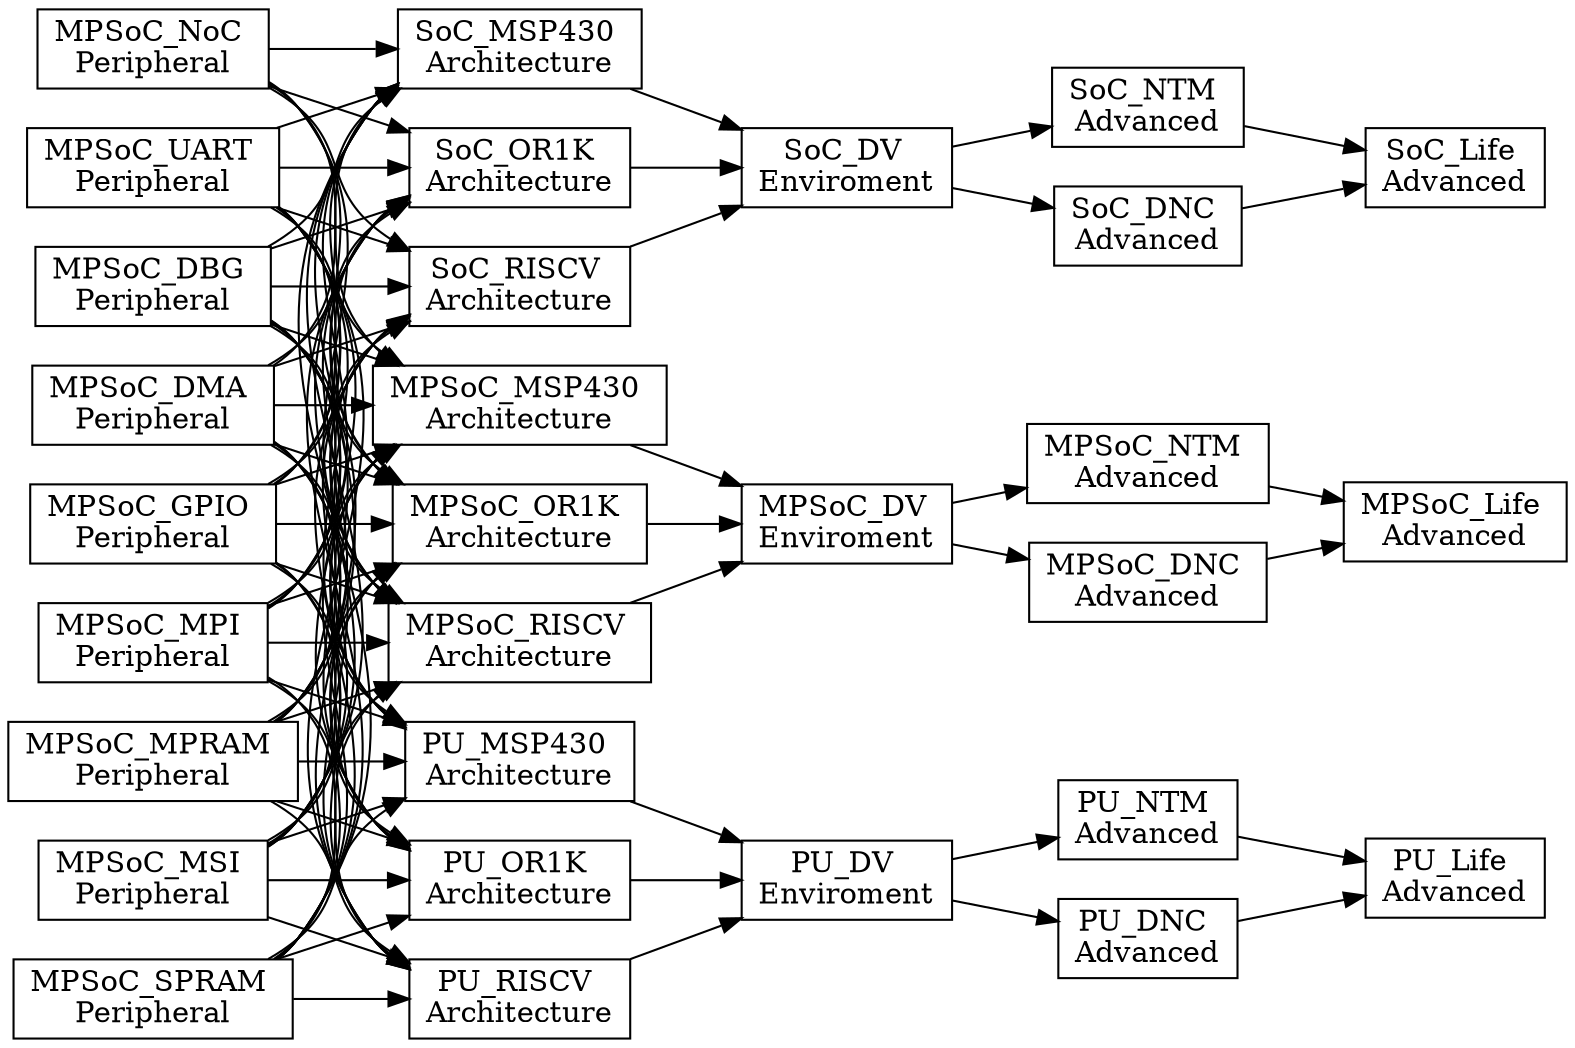
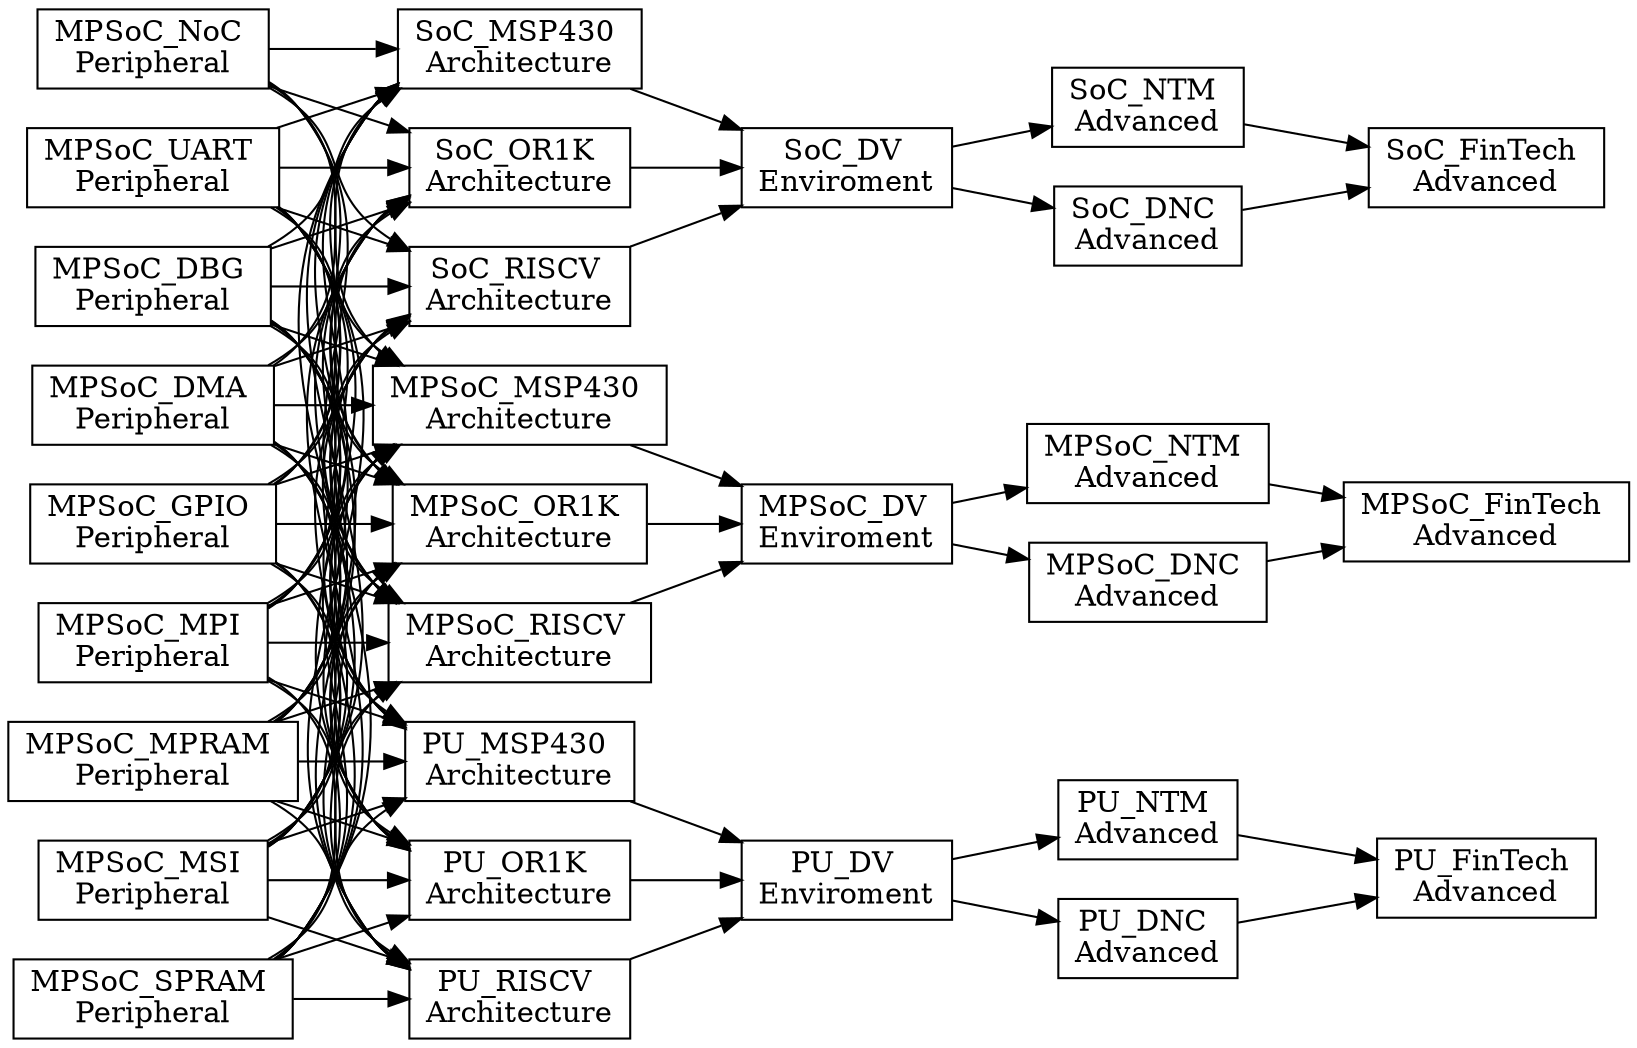
digraph Project {
  // Introduction
  graph [rankdir = LR];
  node[shape=record];

  // Peripheral Blocks
  MPSoC_DBG[label="MPSoC_DBG \nPeripheral"];
  MPSoC_DMA[label="MPSoC_DMA \nPeripheral"];
  MPSoC_GPIO[label="MPSoC_GPIO \nPeripheral"];
  MPSoC_MPI[label="MPSoC_MPI \nPeripheral"];
  MPSoC_MPRAM[label="MPSoC_MPRAM \nPeripheral"];
  MPSoC_MSI[label="MPSoC_MSI \nPeripheral"];
  MPSoC_NoC[label="MPSoC_NoC \nPeripheral"];
  MPSoC_SPRAM[label="MPSoC_SPRAM \nPeripheral"];
  MPSoC_UART[label="MPSoC_UART \nPeripheral"];

  // Architecture Blocks
  MPSoC_MSP430[label="MPSoC_MSP430 \nArchitecture"];
  MPSoC_OR1K[label="MPSoC_OR1K \nArchitecture"];
  MPSoC_RISCV[label="MPSoC_RISCV \nArchitecture"];
  SoC_MSP430[label="SoC_MSP430 \nArchitecture"];
  SoC_OR1K[label="SoC_OR1K \nArchitecture"];
  SoC_RISCV[label="SoC_RISCV \nArchitecture"];
  PU_MSP430[label="PU_MSP430 \nArchitecture"];
  PU_OR1K[label="PU_OR1K \nArchitecture"];
  PU_RISCV[label="PU_RISCV \nArchitecture"];

  // Enviroment Blocks
  MPSoC_DV[label="MPSoC_DV \nEnviroment"];
  SoC_DV[label="SoC_DV \nEnviroment"];
  PU_DV[label="PU_DV \nEnviroment"];

  // Advanced A Blocks
  MPSoC_NTM[label="MPSoC_NTM \nAdvanced"];
  SoC_NTM[label="SoC_NTM \nAdvanced"];
  PU_NTM[label="PU_NTM \nAdvanced"];

  MPSoC_DNC[label="MPSoC_DNC \nAdvanced"];
  SoC_DNC[label="SoC_DNC \nAdvanced"];
  PU_DNC[label="PU_DNC \nAdvanced"];

  // Advanced B Blocks
-   MPSoC_Life[label="MPSoC_Life \nAdvanced"];
-   SoC_Life[label="SoC_Life \nAdvanced"];
-   PU_Life[label="PU_Life \nAdvanced"];
+   MPSoC_FinTech[label="MPSoC_FinTech \nAdvanced"];
+   SoC_FinTech[label="SoC_FinTech \nAdvanced"];
+   PU_FinTech[label="PU_FinTech \nAdvanced"];

  // Peripheral -> Architecture
  MPSoC_DBG -> MPSoC_MSP430;
  MPSoC_DMA -> MPSoC_MSP430;
  MPSoC_GPIO -> MPSoC_MSP430;
  MPSoC_MPI -> MPSoC_MSP430;
  MPSoC_MPRAM -> MPSoC_MSP430;
  MPSoC_MSI -> MPSoC_MSP430;
  MPSoC_NoC -> MPSoC_MSP430;
  MPSoC_SPRAM -> MPSoC_MSP430;
  MPSoC_UART -> MPSoC_MSP430;

  MPSoC_DBG -> SoC_MSP430;
  MPSoC_DMA -> SoC_MSP430;
  MPSoC_GPIO -> SoC_MSP430;
  MPSoC_MPI -> SoC_MSP430;
  MPSoC_MPRAM -> SoC_MSP430;
  MPSoC_MSI -> SoC_MSP430;
  MPSoC_NoC -> SoC_MSP430;
  MPSoC_SPRAM -> SoC_MSP430;
  MPSoC_UART -> SoC_MSP430;

  MPSoC_DBG -> PU_MSP430;
  MPSoC_DMA -> PU_MSP430;
  MPSoC_GPIO -> PU_MSP430;
  MPSoC_MPI -> PU_MSP430;
  MPSoC_MPRAM -> PU_MSP430;
  MPSoC_MSI -> PU_MSP430;
  MPSoC_SPRAM -> PU_MSP430;
  MPSoC_UART -> PU_MSP430;


  MPSoC_DBG -> MPSoC_OR1K;
  MPSoC_DMA -> MPSoC_OR1K;
  MPSoC_GPIO -> MPSoC_OR1K;
  MPSoC_MPI -> MPSoC_OR1K;
  MPSoC_MPRAM -> MPSoC_OR1K;
  MPSoC_MSI -> MPSoC_OR1K;
  MPSoC_NoC -> MPSoC_OR1K;
  MPSoC_SPRAM -> MPSoC_OR1K;
  MPSoC_UART -> MPSoC_OR1K;

  MPSoC_DBG -> SoC_OR1K;
  MPSoC_DMA -> SoC_OR1K;
  MPSoC_GPIO -> SoC_OR1K;
  MPSoC_MPI -> SoC_OR1K;
  MPSoC_MPRAM -> SoC_OR1K;
  MPSoC_MSI -> SoC_OR1K;
  MPSoC_NoC -> SoC_OR1K;
  MPSoC_SPRAM -> SoC_OR1K;
  MPSoC_UART -> SoC_OR1K;

  MPSoC_DBG -> PU_OR1K;
  MPSoC_DMA -> PU_OR1K;
  MPSoC_GPIO -> PU_OR1K;
  MPSoC_MPI -> PU_OR1K;
  MPSoC_MPRAM -> PU_OR1K;
  MPSoC_MSI -> PU_OR1K;
  MPSoC_SPRAM -> PU_OR1K;
  MPSoC_UART -> PU_OR1K;


  MPSoC_DBG -> MPSoC_RISCV;
  MPSoC_DMA -> MPSoC_RISCV;
  MPSoC_GPIO -> MPSoC_RISCV;
  MPSoC_MPI -> MPSoC_RISCV;
  MPSoC_MPRAM -> MPSoC_RISCV;
  MPSoC_MSI -> MPSoC_RISCV;
  MPSoC_NoC -> MPSoC_RISCV;
  MPSoC_SPRAM -> MPSoC_RISCV;
  MPSoC_UART -> MPSoC_RISCV;

  MPSoC_DBG -> SoC_RISCV;
  MPSoC_DMA -> SoC_RISCV;
  MPSoC_GPIO -> SoC_RISCV;
  MPSoC_MPI -> SoC_RISCV;
  MPSoC_MPRAM -> SoC_RISCV;
  MPSoC_MSI -> SoC_RISCV;
  MPSoC_NoC -> SoC_RISCV;
  MPSoC_SPRAM -> SoC_RISCV;
  MPSoC_UART -> SoC_RISCV;

  MPSoC_DBG -> PU_RISCV;
  MPSoC_DMA -> PU_RISCV;
  MPSoC_GPIO -> PU_RISCV;
  MPSoC_MPI -> PU_RISCV;
  MPSoC_MPRAM -> PU_RISCV;
  MPSoC_MSI -> PU_RISCV;
  MPSoC_SPRAM -> PU_RISCV;
  MPSoC_UART -> PU_RISCV;

  // Architecture -> Enviroment
  PU_MSP430 -> PU_DV;
  PU_OR1K -> PU_DV;
  PU_RISCV -> PU_DV;

  SoC_MSP430 -> SoC_DV;
  SoC_OR1K -> SoC_DV;
  SoC_RISCV -> SoC_DV;

  MPSoC_MSP430 -> MPSoC_DV;
  MPSoC_OR1K -> MPSoC_DV;
  MPSoC_RISCV -> MPSoC_DV;

  // Enviroment -> Avanced A
  PU_DV -> PU_NTM;
  PU_DV -> PU_DNC;

  SoC_DV -> SoC_NTM;
  SoC_DV -> SoC_DNC;

  MPSoC_DV -> MPSoC_NTM;
  MPSoC_DV -> MPSoC_DNC;

  // Avanced A -> Avanced B
-   PU_NTM -> PU_Life;
-   PU_DNC -> PU_Life;
+   PU_NTM -> PU_FinTech;
+   PU_DNC -> PU_FinTech;

-   SoC_NTM -> SoC_Life;
-   SoC_DNC -> SoC_Life;
+   SoC_NTM -> SoC_FinTech;
+   SoC_DNC -> SoC_FinTech;

-   MPSoC_NTM -> MPSoC_Life;
-   MPSoC_DNC -> MPSoC_Life;
+   MPSoC_NTM -> MPSoC_FinTech;
+   MPSoC_DNC -> MPSoC_FinTech;
}
